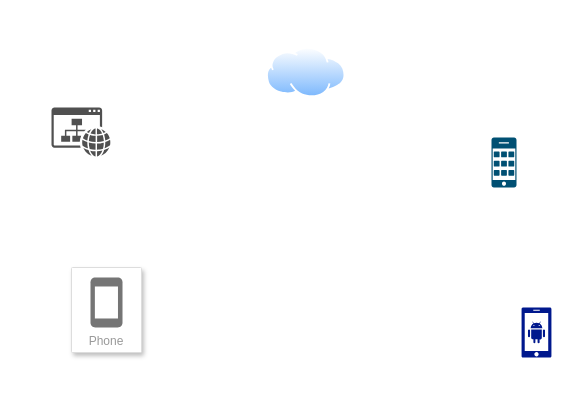
Above: diagrams/Untitled Diagram.drawio in kariuki-joseph/drawio-diagrams (draw.io), before the change. Source tidied: cells renumbered, new cells numbered last; positions are measured from the earlier drawing's top-left corner, leaving out a move shared by most shapes. Both pictures are drawn from the tidied source at 100%, with x=0, y=0 at pixel (51, 47).
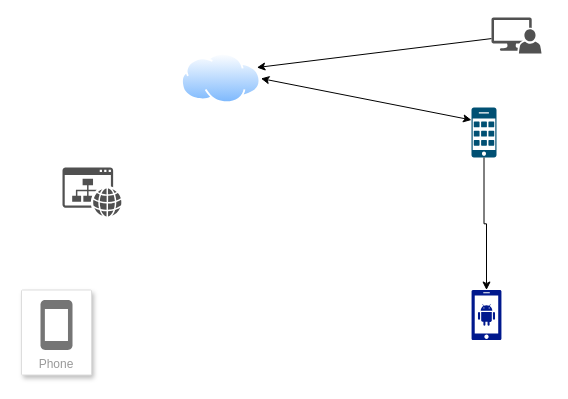
Above is the later version.

The edit, as a diff of the source:
```diff
@@
 <mxGraphModel>
   <root>
     <mxCell id="0" />
     <mxCell id="1" parent="0" />
     <mxCell id="2" style="image;perimeter=ellipsePerimeter;html=1;align=center;shadow=0;dashed=0;spacingTop=3;image=img/lib/active_directory/internet_cloud.svg;" parent="1" vertex="1">
-      <mxGeometry x="215" width="79.4" height="50" as="geometry" />
+      <mxGeometry x="130" y="6" width="79.4" height="50" as="geometry" />
     </mxCell>
     <mxCell id="3" style="sketch=0;shadow=0;dashed=0;html=1;strokeColor=none;fillColor=#505050;labelPosition=center;verticalLabelPosition=bottom;verticalAlign=top;align=center;shape=mxgraph.office.concepts.website;" parent="1" vertex="1">
-      <mxGeometry y="60" width="59" height="49" as="geometry" />
+      <mxGeometry x="11" y="120" width="59" height="49" as="geometry" />
     </mxCell>
     <mxCell id="4" style="sketch=0;points=[[0.015,0.015,0],[0.985,0.015,0],[0.985,0.985,0],[0.015,0.985,0],[0.25,0,0],[0.5,0,0],[0.75,0,0],[1,0.25,0],[1,0.5,0],[1,0.75,0],[0.75,1,0],[0.5,1,0],[0.25,1,0],[0,0.75,0],[0,0.5,0],[0,0.25,0]];verticalLabelPosition=bottom;html=1;verticalAlign=top;align=center;shape=mxgraph.cisco19.cell_phone;fillColor=#005073;strokeColor=none;" parent="1" vertex="1">
-      <mxGeometry x="440" y="90" width="25" height="50" as="geometry" />
+      <mxGeometry x="420" y="60" width="25" height="50" as="geometry" />
     </mxCell>
     <mxCell id="5" style="sketch=0;shadow=0;dashed=0;html=1;strokeColor=none;labelPosition=center;verticalLabelPosition=bottom;verticalAlign=top;align=center;fillColor=#00188D;shape=mxgraph.mscae.enterprise.android_phone;" parent="1" vertex="1">
-      <mxGeometry x="470" y="260" width="30" height="50" as="geometry" />
+      <mxGeometry x="420" y="242.5" width="30" height="50" as="geometry" />
     </mxCell>
     <mxCell id="6" value="Phone" style="strokeColor=#dddddd;shadow=1;strokeWidth=1;rounded=1;absoluteArcSize=1;arcSize=2;labelPosition=center;verticalLabelPosition=middle;align=center;verticalAlign=bottom;spacingLeft=0;fontColor=#999999;fontSize=12;whiteSpace=wrap;spacingBottom=2;html=1;" parent="1" vertex="1">
-      <mxGeometry x="20" y="220" width="70" height="85" as="geometry" />
+      <mxGeometry x="-30" y="242.5" width="70" height="85" as="geometry" />
     </mxCell>
     <mxCell id="7" style="sketch=0;dashed=0;html=1;fillColor=#757575;strokeColor=none;shape=mxgraph.gcp2.phone;" parent="6" vertex="1">
       <mxGeometry x="0.5" width="32" height="50" relative="1" as="geometry">
         <mxPoint x="-16" y="10" as="offset" />
       </mxGeometry>
     </mxCell>
+    <mxCell id="8" style="rounded=0;jettySize=auto;html=1;entryX=1;entryY=0.25;entryDx=0;entryDy=0;" parent="1" edge="1" source="9" target="2">
+      <mxGeometry relative="1" as="geometry" />
+    </mxCell>
+    <mxCell id="9" style="sketch=0;shadow=0;dashed=0;html=1;strokeColor=none;labelPosition=center;verticalLabelPosition=bottom;verticalAlign=top;align=center;fillColor=#515151;shape=mxgraph.mscae.system_center.admin_console;" parent="1" vertex="1">
+      <mxGeometry x="440" y="-30" width="50" height="36" as="geometry" />
+    </mxCell>
+    <mxCell id="10" style="edgeStyle=orthogonalEdgeStyle;rounded=0;jettySize=auto;html=1;entryX=0.5;entryY=0;entryDx=0;entryDy=0;entryPerimeter=0;" parent="1" edge="1" source="4" target="5">
+      <mxGeometry relative="1" as="geometry" />
+    </mxCell>
+    <mxCell id="11" style="endArrow=classic;startArrow=classic;html=1;rounded=0;entryX=0;entryY=0.25;entryDx=0;entryDy=0;entryPerimeter=0;exitX=1;exitY=0.5;exitDx=0;exitDy=0;" parent="1" edge="1" source="2" target="4">
+      <mxGeometry relative="1" as="geometry" />
+    </mxCell>
   </root>
 </mxGraphModel>
```
